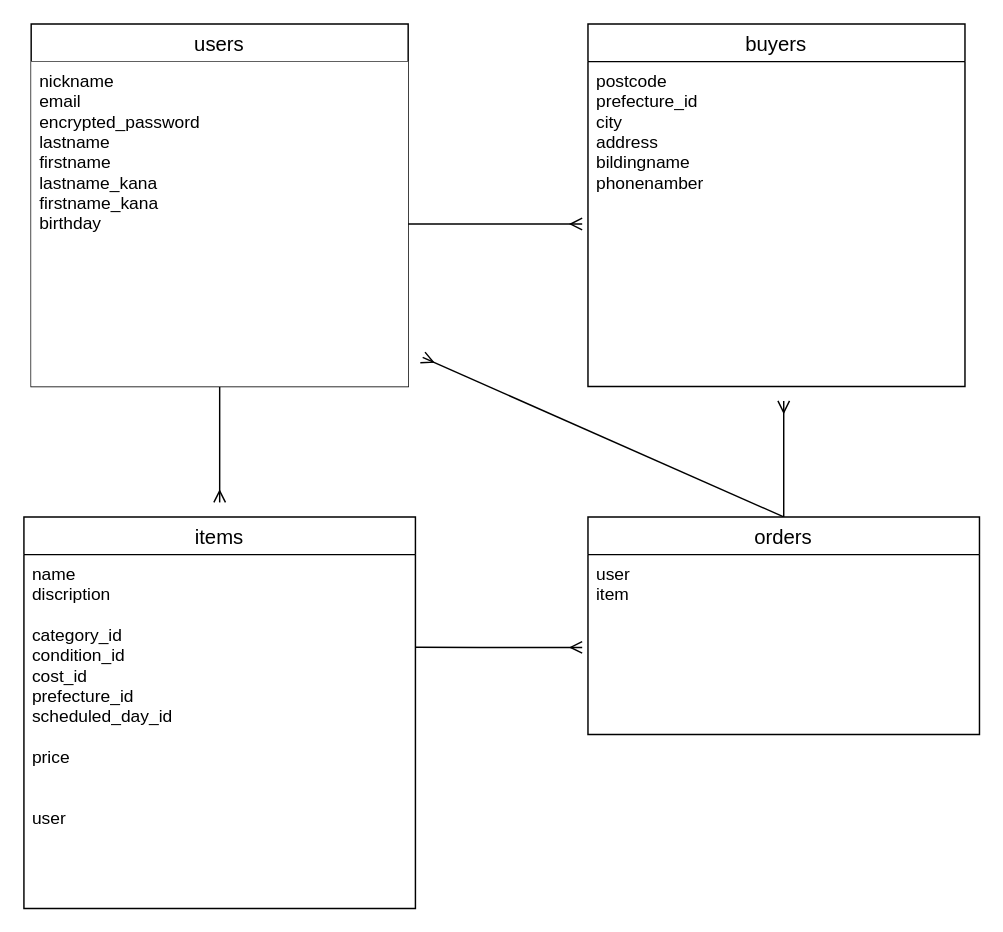
Before: app/views/test.dio in miyoon17/furima-40098, a draw.io diagram. Source tidied: cells renumbered, new cells numbered last; positions are measured from the earlier drawing's top-left corner, leaving out a move shared by most shapes. Both pictures are drawn from the tidied source at 145%, with x=0, y=0 at pixel (23, 23).
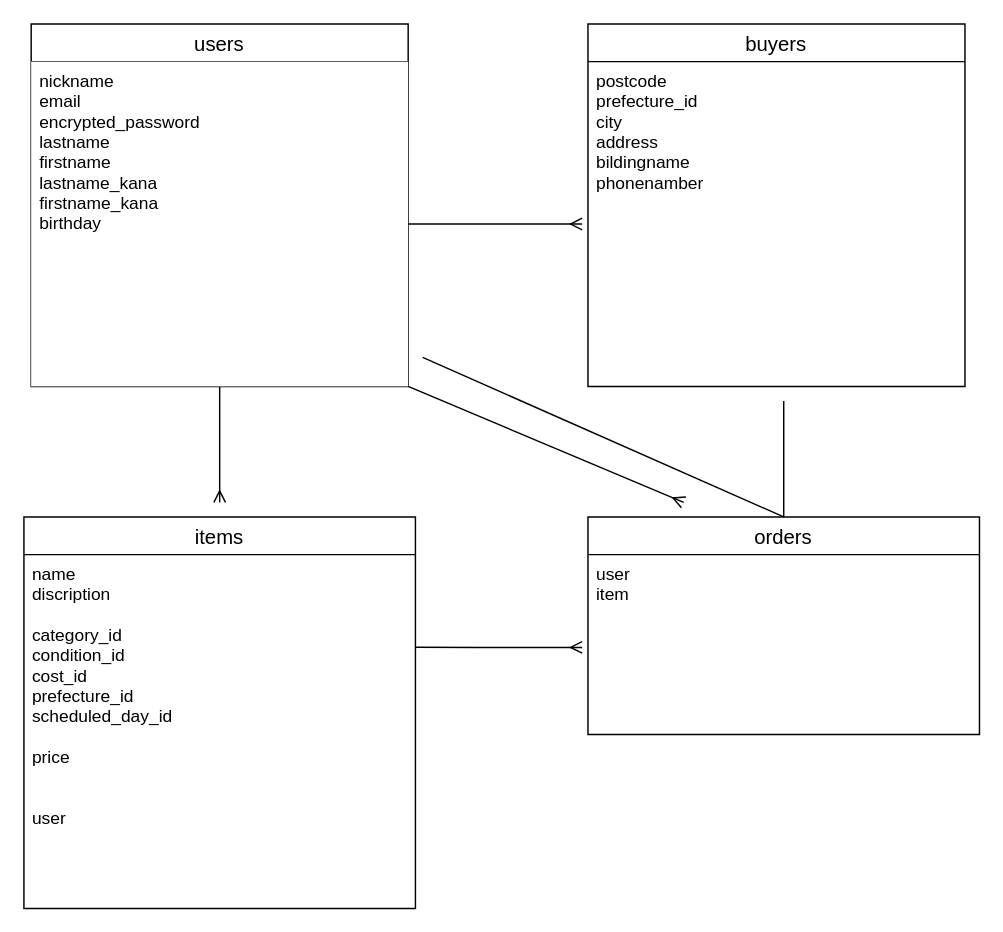
The same diagram, later.

Commit message (it also covers changes not shown here):
データベース設計 修正 0226 3

Unchanged cells that the change refers to:
```xml
<mxCell id="3" value="users" style="swimlane;fontStyle=0;horizontal=1;startSize=26;align=center;fontSize=14;" parent="1" vertex="1">
  <mxGeometry x="5" width="260" height="250" as="geometry" />
</mxCell>
<mxCell id="11" value="orders" style="swimlane;fontStyle=0;horizontal=1;startSize=26;align=center;fontSize=14;fillColor=default;" parent="1" vertex="1">
  <mxGeometry x="389" y="340" width="270" height="150" as="geometry" />
</mxCell>
```

Change to the diagram source:
```diff
@@
+    <mxCell id="15" style="edgeStyle=none;html=1;exitX=1;exitY=1;exitDx=0;exitDy=0;endArrow=ERmany;endFill=0;" parent="1" edge="1" source="3">
+      <mxGeometry relative="1" as="geometry">
+        <mxPoint x="455" y="330" as="targetPoint" />
+      </mxGeometry>
+    </mxCell>
@@
-    <mxCell id="9" style="edgeStyle=none;html=1;exitX=0.5;exitY=0;exitDx=0;exitDy=0;endArrow=ERmany;endFill=0;" parent="1" edge="1" source="11">
+    <mxCell id="9" style="edgeStyle=none;html=1;exitX=0.5;exitY=0;exitDx=0;exitDy=0;endArrow=none;endFill=0;" parent="1" edge="1" source="11">
       <mxGeometry relative="1" as="geometry">
         <mxPoint x="275" y="230" as="targetPoint" />
       </mxGeometry>
     </mxCell>
-    <mxCell id="10" style="edgeStyle=none;html=1;exitX=0.5;exitY=0;exitDx=0;exitDy=0;endArrow=ERmany;endFill=0;" parent="1" edge="1" source="11">
+    <mxCell id="10" style="edgeStyle=none;html=1;exitX=0.5;exitY=0;exitDx=0;exitDy=0;endArrow=none;endFill=0;" parent="1" edge="1" source="11">
       <mxGeometry relative="1" as="geometry">
         <mxPoint x="524" y="260" as="targetPoint" />
       </mxGeometry>
     </mxCell>
```
